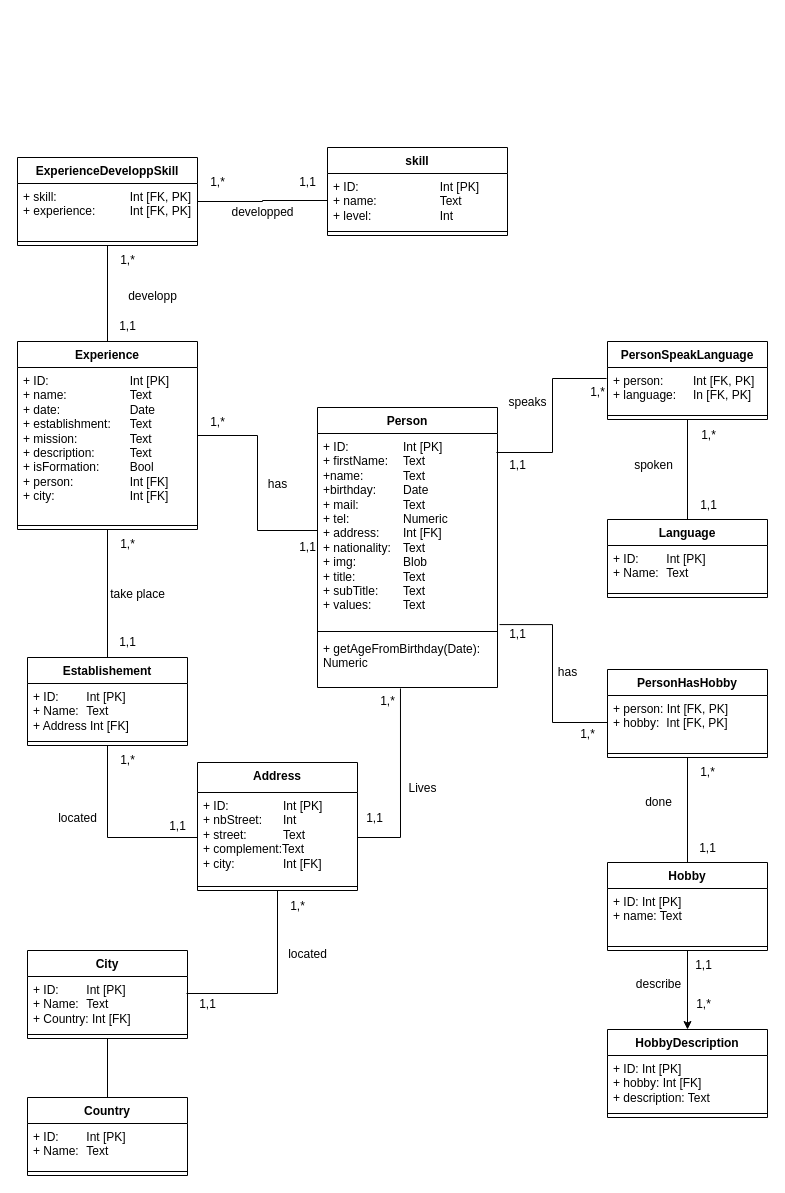
Before: CVDB.drawio in Will2KB/CVAPI, a draw.io diagram. Source tidied: cells renumbered, new cells numbered last; positions are measured from the earlier drawing's top-left corner, leaving out a move shared by most shapes. Both pictures are drawn from the tidied source at 100%, with x=0, y=0 at pixel (17, 147).
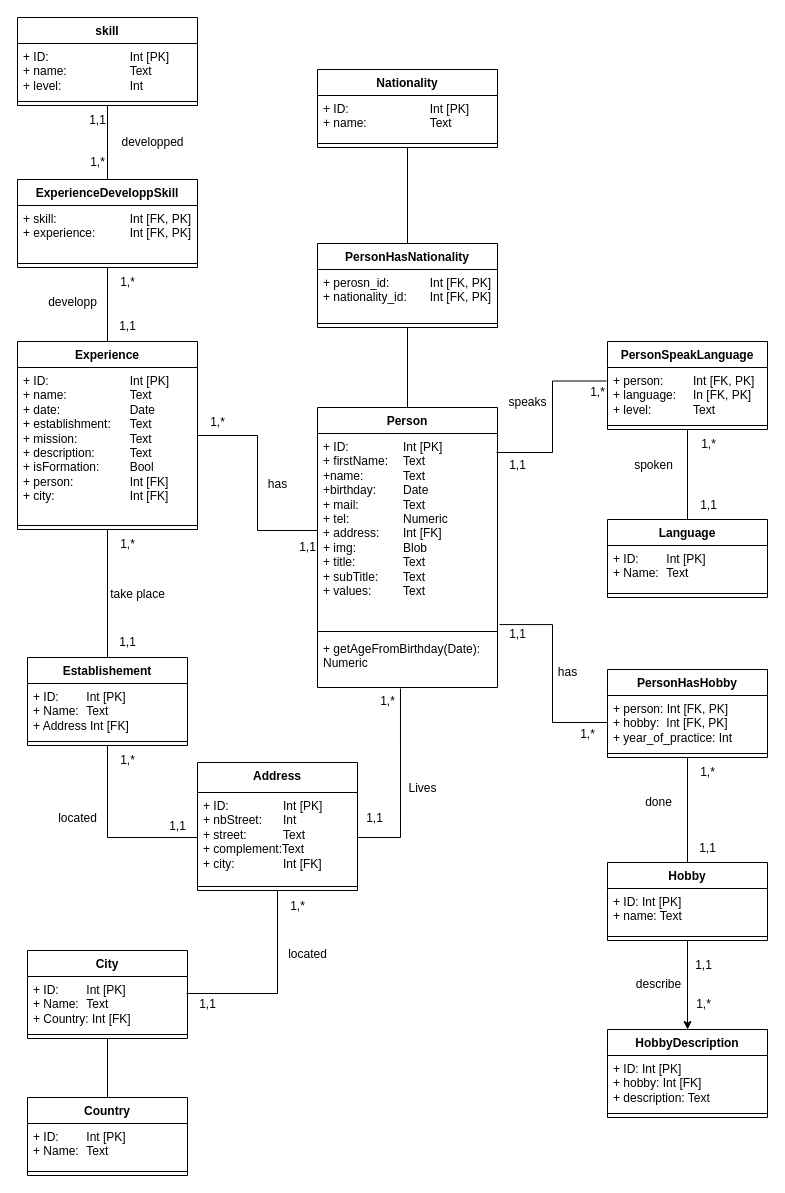
Above is the later version.

Commit message (it also covers changes not shown here):
Mettre à jour CVDB.drawio

Unchanged cells that the change refers to:
```xml
<mxCell id="13" value="Person" style="swimlane;fontStyle=1;align=center;verticalAlign=top;horizontal=1;startSize=26;whiteSpace=wrap;html=1;" parent="1" vertex="1">
  <mxGeometry x="300" y="260" width="180" height="280" as="geometry" />
</mxCell>
<mxCell id="41" value="PersonHasHobby" style="swimlane;fontStyle=1;align=center;verticalAlign=top;horizontal=1;startSize=26;whiteSpace=wrap;html=1;" parent="1" vertex="1">
  <mxGeometry x="590" y="522" width="160" height="88" as="geometry" />
</mxCell>
<mxCell id="72" value="+ ID: &lt;span style=&quot;white-space: pre;&quot;&gt;&#9;&lt;/span&gt;&lt;span style=&quot;white-space: pre;&quot;&gt;&#9;&lt;span style=&quot;white-space: pre;&quot;&gt;&#9;&lt;/span&gt;&lt;/span&gt;Int [PK]&lt;div&gt;+ name: &lt;span style=&quot;white-space: pre;&quot;&gt;&#9;&lt;/span&gt;&lt;span style=&quot;white-space: pre;&quot;&gt;&#9;&lt;span style=&quot;white-space: pre;&quot;&gt;&#9;&lt;/span&gt;&lt;/span&gt;Text&lt;/div&gt;&lt;div&gt;+ level:&lt;span style=&quot;white-space: pre;&quot;&gt;&#9;&lt;/span&gt;&lt;span style=&quot;white-space: pre;&quot;&gt;&#9;&lt;/span&gt;&lt;span style=&quot;white-space: pre;&quot;&gt;&#9;&lt;/span&gt;Int&lt;/div&gt;" style="text;strokeColor=none;fillColor=none;align=left;verticalAlign=top;spacingLeft=4;spacingRight=4;overflow=hidden;points=[[0,0.5],[1,0.5]];portConstraint=eastwest;whiteSpace=wrap;html=1;" parent="71" vertex="1">
  <mxGeometry y="26" width="180" height="54" as="geometry" />
</mxCell>
```

The edit, as a diff of the source:
```diff
@@
-    <mxCell id="14" value="+ ID: &lt;span style=&quot;white-space: pre;&quot;&gt;&#9;&lt;/span&gt;&lt;span style=&quot;white-space: pre;&quot;&gt;&#9;&lt;/span&gt;Int [PK]&lt;div&gt;+ firstName:&lt;span style=&quot;white-space: pre;&quot;&gt;&#9;&lt;/span&gt;Text&lt;/div&gt;&lt;div&gt;+name:&lt;span style=&quot;white-space: pre;&quot;&gt;&#9;&lt;span style=&quot;white-space: pre;&quot;&gt;&#9;&lt;/span&gt;&lt;/span&gt;Text&lt;/div&gt;&lt;div&gt;+birthday:&lt;span style=&quot;white-space: pre;&quot;&gt;&#9;&lt;/span&gt;Date&lt;/div&gt;&lt;div&gt;+ mail:&lt;span style=&quot;white-space: pre;&quot;&gt;&#9;&lt;/span&gt;&lt;span style=&quot;white-space: pre;&quot;&gt;&#9;&lt;/span&gt;Text&lt;/div&gt;&lt;div&gt;+ tel:&lt;span style=&quot;white-space: pre;&quot;&gt;&#9;&lt;/span&gt;&lt;span style=&quot;white-space: pre;&quot;&gt;&#9;&lt;/span&gt;Numeric&lt;/div&gt;&lt;div&gt;+ address:&lt;span style=&quot;white-space: pre;&quot;&gt;&#9;&lt;/span&gt;Int [FK]&lt;/div&gt;&lt;div&gt;+ nationality:&lt;span style=&quot;white-space: pre;&quot;&gt;&#9;&lt;/span&gt;Text&lt;/div&gt;&lt;div&gt;+ img:&lt;span style=&quot;white-space: pre;&quot;&gt;&#9;&lt;/span&gt;&lt;span style=&quot;white-space: pre;&quot;&gt;&#9;&lt;/span&gt;Blob&lt;/div&gt;&lt;div&gt;+ title:&lt;span style=&quot;white-space: pre;&quot;&gt;&#9;&lt;/span&gt;&lt;span style=&quot;white-space: pre;&quot;&gt;&#9;&lt;/span&gt;Text&lt;/div&gt;&lt;div&gt;+ subTitle:&lt;span style=&quot;white-space: pre;&quot;&gt;&#9;&lt;/span&gt;Text&lt;/div&gt;&lt;div&gt;+ values:&lt;span style=&quot;white-space: pre;&quot;&gt;&#9;&lt;/span&gt;&lt;span style=&quot;white-space: pre;&quot;&gt;&#9;&lt;/span&gt;Text&lt;/div&gt;" style="text;strokeColor=none;fillColor=none;align=left;verticalAlign=top;spacingLeft=4;spacingRight=4;overflow=hidden;points=[[0,0.5],[1,0.5]];portConstraint=eastwest;whiteSpace=wrap;html=1;" parent="13" vertex="1">
+    <mxCell id="14" value="+ ID: &lt;span style=&quot;white-space: pre;&quot;&gt;&#9;&lt;/span&gt;&lt;span style=&quot;white-space: pre;&quot;&gt;&#9;&lt;/span&gt;Int [PK]&lt;div&gt;+ firstName:&lt;span style=&quot;white-space: pre;&quot;&gt;&#9;&lt;/span&gt;Text&lt;/div&gt;&lt;div&gt;+name:&lt;span style=&quot;white-space: pre;&quot;&gt;&#9;&lt;span style=&quot;white-space: pre;&quot;&gt;&#9;&lt;/span&gt;&lt;/span&gt;Text&lt;/div&gt;&lt;div&gt;+birthday:&lt;span style=&quot;white-space: pre;&quot;&gt;&#9;&lt;/span&gt;Date&lt;/div&gt;&lt;div&gt;+ mail:&lt;span style=&quot;white-space: pre;&quot;&gt;&#9;&lt;/span&gt;&lt;span style=&quot;white-space: pre;&quot;&gt;&#9;&lt;/span&gt;Text&lt;/div&gt;&lt;div&gt;+ tel:&lt;span style=&quot;white-space: pre;&quot;&gt;&#9;&lt;/span&gt;&lt;span style=&quot;white-space: pre;&quot;&gt;&#9;&lt;/span&gt;Numeric&lt;/div&gt;&lt;div&gt;+ address:&lt;span style=&quot;white-space: pre;&quot;&gt;&#9;&lt;/span&gt;Int [FK]&lt;/div&gt;&lt;div&gt;+ img:&lt;span style=&quot;white-space: pre;&quot;&gt;&#9;&lt;/span&gt;&lt;span style=&quot;white-space: pre;&quot;&gt;&#9;&lt;/span&gt;Blob&lt;/div&gt;&lt;div&gt;+ title:&lt;span style=&quot;white-space: pre;&quot;&gt;&#9;&lt;/span&gt;&lt;span style=&quot;white-space: pre;&quot;&gt;&#9;&lt;/span&gt;Text&lt;/div&gt;&lt;div&gt;+ subTitle:&lt;span style=&quot;white-space: pre;&quot;&gt;&#9;&lt;/span&gt;Text&lt;/div&gt;&lt;div&gt;+ values:&lt;span style=&quot;white-space: pre;&quot;&gt;&#9;&lt;/span&gt;&lt;span style=&quot;white-space: pre;&quot;&gt;&#9;&lt;/span&gt;Text&lt;/div&gt;" style="text;strokeColor=none;fillColor=none;align=left;verticalAlign=top;spacingLeft=4;spacingRight=4;overflow=hidden;points=[[0,0.5],[1,0.5]];portConstraint=eastwest;whiteSpace=wrap;html=1;" parent="13" vertex="1">
       <mxGeometry y="26" width="180" height="194" as="geometry" />
     </mxCell>
@@
     <mxCell id="18" value="Hobby" style="swimlane;fontStyle=1;align=center;verticalAlign=top;horizontal=1;startSize=26;whiteSpace=wrap;html=1;" parent="1" vertex="1">
-      <mxGeometry x="590" y="715" width="160" height="88" as="geometry" />
+      <mxGeometry x="590" y="715" width="160" height="78" as="geometry" />
     </mxCell>
     <mxCell id="19" value="+ ID: Int [PK]&lt;div&gt;+ name: Text&lt;/div&gt;" style="text;strokeColor=none;fillColor=none;align=left;verticalAlign=top;spacingLeft=4;spacingRight=4;overflow=hidden;whiteSpace=wrap;html=1;" parent="18" vertex="1">
-      <mxGeometry y="26" width="160" height="54" as="geometry" />
+      <mxGeometry y="26" width="160" height="44" as="geometry" />
     </mxCell>
     <mxCell id="20" style="line;strokeWidth=1;fillColor=none;align=left;verticalAlign=middle;spacingTop=-1;spacingLeft=3;spacingRight=3;labelPosition=right;strokeColor=inherit;" parent="18" vertex="1">
-      <mxGeometry y="80" width="160" height="8" as="geometry" />
+      <mxGeometry y="70" width="160" height="8" as="geometry" />
     </mxCell>
@@
     <mxCell id="31" value="1,*" style="text;html=1;align=center;verticalAlign=middle;strokeColor=none;fillColor=none;" parent="1" vertex="1">
-      <mxGeometry x="671" y="273" width="40" height="30" as="geometry" />
+      <mxGeometry x="671" y="282" width="40" height="30" as="geometry" />
     </mxCell>
@@
-    <mxCell id="42" value="+ person:&amp;nbsp;Int [FK, PK]&lt;div&gt;+ hobby:&lt;span style=&quot;white-space: pre;&quot;&gt;&#9;&lt;/span&gt;Int [FK, PK]&lt;/div&gt;" style="text;strokeColor=none;fillColor=none;align=left;verticalAlign=top;spacingLeft=4;spacingRight=4;overflow=hidden;points=[[0,0.5],[1,0.5]];portConstraint=eastwest;whiteSpace=wrap;html=1;" parent="41" vertex="1">
+    <mxCell id="42" value="+ person:&amp;nbsp;Int [FK, PK]&lt;div&gt;+ hobby:&lt;span style=&quot;white-space: pre;&quot;&gt;&#9;&lt;/span&gt;Int [FK, PK]&lt;/div&gt;&lt;div&gt;+ year_of_practice: Int&lt;/div&gt;" style="text;strokeColor=none;fillColor=none;align=left;verticalAlign=top;spacingLeft=4;spacingRight=4;overflow=hidden;points=[[0,0.5],[1,0.5]];portConstraint=eastwest;whiteSpace=wrap;html=1;" parent="41" vertex="1">
       <mxGeometry y="26" width="160" height="54" as="geometry" />
     </mxCell>
@@
     <mxCell id="45" value="PersonSpeakLanguage" style="swimlane;fontStyle=1;align=center;verticalAlign=top;horizontal=1;startSize=26;whiteSpace=wrap;html=1;" parent="1" vertex="1">
-      <mxGeometry x="590" y="194" width="160" height="78" as="geometry" />
+      <mxGeometry x="590" y="194" width="160" height="88" as="geometry" />
     </mxCell>
-    <mxCell id="46" value="+ person: &lt;span style=&quot;white-space: pre;&quot;&gt;&#9;&lt;/span&gt;Int [FK, PK]&lt;div&gt;+ language: &lt;span style=&quot;white-space: pre;&quot;&gt;&#9;&lt;/span&gt;In [FK, PK]&lt;/div&gt;" style="text;strokeColor=none;fillColor=none;align=left;verticalAlign=top;spacingLeft=4;spacingRight=4;overflow=hidden;points=[[0,0.5],[1,0.5]];portConstraint=eastwest;whiteSpace=wrap;html=1;" parent="45" vertex="1">
-      <mxGeometry y="26" width="160" height="44" as="geometry" />
+    <mxCell id="46" value="+ person: &lt;span style=&quot;white-space: pre;&quot;&gt;&#9;&lt;/span&gt;Int [FK, PK]&lt;div&gt;+ language: &lt;span style=&quot;white-space: pre;&quot;&gt;&#9;&lt;/span&gt;In [FK, PK]&lt;/div&gt;&lt;div&gt;+ level:&lt;span style=&quot;white-space: pre;&quot;&gt;&#9;&lt;/span&gt;&lt;span style=&quot;white-space: pre;&quot;&gt;&#9;&lt;/span&gt;Text&lt;/div&gt;" style="text;strokeColor=none;fillColor=none;align=left;verticalAlign=top;spacingLeft=4;spacingRight=4;overflow=hidden;points=[[0,0.5],[1,0.5]];portConstraint=eastwest;whiteSpace=wrap;html=1;" parent="45" vertex="1">
+      <mxGeometry y="26" width="160" height="54" as="geometry" />
     </mxCell>
     <mxCell id="47" style="line;strokeWidth=1;fillColor=none;align=left;verticalAlign=middle;spacingTop=-1;spacingLeft=3;spacingRight=3;labelPosition=right;strokeColor=inherit;" parent="45" vertex="1">
-      <mxGeometry y="70" width="160" height="8" as="geometry" />
+      <mxGeometry y="80" width="160" height="8" as="geometry" />
     </mxCell>
@@
     <mxCell id="71" value="skill" style="swimlane;fontStyle=1;align=center;verticalAlign=top;horizontal=1;startSize=26;whiteSpace=wrap;html=1;" parent="1" vertex="1">
-      <mxGeometry x="310" width="180" height="88" as="geometry" />
+      <mxGeometry y="-130" width="180" height="88" as="geometry" />
     </mxCell>
@@
     <mxCell id="75" value="ExperienceDeveloppSkill" style="swimlane;fontStyle=1;align=center;verticalAlign=top;horizontal=1;startSize=26;whiteSpace=wrap;html=1;" parent="1" vertex="1">
-      <mxGeometry y="10" width="180" height="88" as="geometry" />
+      <mxGeometry y="32" width="180" height="88" as="geometry" />
     </mxCell>
@@
-    <mxCell id="78" style="edgeStyle=orthogonalEdgeStyle;rounded=0;jettySize=auto;html=1;exitX=0;exitY=0.5;exitDx=0;exitDy=0;entryX=1;entryY=0.5;entryDx=0;entryDy=0;endArrow=none;startFill=0;" parent="1" edge="1" source="72" target="75">
+    <mxCell id="78" style="edgeStyle=orthogonalEdgeStyle;rounded=0;jettySize=auto;html=1;exitX=0.5;exitY=1;exitDx=0;exitDy=0;entryX=0.5;entryY=0;entryDx=0;entryDy=0;endArrow=none;startFill=0;" parent="1" edge="1" source="71" target="75">
       <mxGeometry relative="1" as="geometry" />
     </mxCell>
     <mxCell id="79" value="1,*" style="text;html=1;align=center;verticalAlign=middle;strokeColor=none;fillColor=none;" parent="1" vertex="1">
-      <mxGeometry x="90" y="98" width="40" height="30" as="geometry" />
+      <mxGeometry x="90" y="120" width="40" height="30" as="geometry" />
     </mxCell>
     <mxCell id="80" value="1,*" style="text;html=1;align=center;verticalAlign=middle;strokeColor=none;fillColor=none;" parent="1" vertex="1">
-      <mxGeometry x="180" y="20" width="40" height="30" as="geometry" />
+      <mxGeometry x="60" width="40" height="30" as="geometry" />
     </mxCell>
     <mxCell id="81" value="1,1" style="text;html=1;align=center;verticalAlign=middle;strokeColor=none;fillColor=none;" parent="1" vertex="1">
-      <mxGeometry x="270" y="20" width="40" height="30" as="geometry" />
+      <mxGeometry x="60" y="-42" width="40" height="30" as="geometry" />
     </mxCell>
@@
     <mxCell id="83" value="developped" style="text;html=1;align=center;verticalAlign=middle;strokeColor=none;fillColor=none;" parent="1" vertex="1">
-      <mxGeometry x="200" y="50" width="90" height="30" as="geometry" />
+      <mxGeometry x="90" y="-20" width="90" height="30" as="geometry" />
     </mxCell>
     <mxCell id="84" value="developp" style="text;html=1;align=center;verticalAlign=middle;strokeColor=none;fillColor=none;" parent="1" vertex="1">
-      <mxGeometry x="100" y="134" width="70" height="30" as="geometry" />
+      <mxGeometry x="20" y="140" width="70" height="30" as="geometry" />
     </mxCell>
@@
+    <mxCell id="92" style="edgeStyle=orthogonalEdgeStyle;rounded=0;jettySize=auto;html=1;exitX=0.5;exitY=1;exitDx=0;exitDy=0;endArrow=none;startFill=0;" parent="1" edge="1" source="97" target="13">
+      <mxGeometry relative="1" as="geometry" />
+    </mxCell>
+    <mxCell id="93" value="Nationality" style="swimlane;fontStyle=1;align=center;verticalAlign=top;horizontal=1;startSize=26;whiteSpace=wrap;html=1;" parent="1" vertex="1">
+      <mxGeometry x="300" y="-78" width="180" height="78" as="geometry" />
+    </mxCell>
+    <mxCell id="94" value="+ ID: &lt;span style=&quot;white-space: pre;&quot;&gt;&#9;&lt;/span&gt;&lt;span style=&quot;white-space: pre;&quot;&gt;&#9;&lt;span style=&quot;white-space: pre;&quot;&gt;&#9;&lt;/span&gt;&lt;/span&gt;Int [PK]&lt;div&gt;+ name: &lt;span style=&quot;white-space: pre;&quot;&gt;&#9;&lt;/span&gt;&lt;span style=&quot;white-space: pre;&quot;&gt;&#9;&lt;span style=&quot;white-space: pre;&quot;&gt;&#9;&lt;/span&gt;&lt;/span&gt;Text&lt;/div&gt;" style="text;strokeColor=none;fillColor=none;align=left;verticalAlign=top;spacingLeft=4;spacingRight=4;overflow=hidden;whiteSpace=wrap;html=1;" parent="93" vertex="1">
+      <mxGeometry y="26" width="180" height="44" as="geometry" />
+    </mxCell>
+    <mxCell id="95" style="line;strokeWidth=1;fillColor=none;align=left;verticalAlign=middle;spacingTop=-1;spacingLeft=3;spacingRight=3;labelPosition=right;strokeColor=inherit;" parent="93" vertex="1">
+      <mxGeometry y="70" width="180" height="8" as="geometry" />
+    </mxCell>
+    <mxCell id="96" style="edgeStyle=orthogonalEdgeStyle;rounded=0;jettySize=auto;html=1;exitX=0.5;exitY=0;exitDx=0;exitDy=0;entryX=0.5;entryY=1;entryDx=0;entryDy=0;endArrow=none;startFill=0;" parent="1" edge="1" source="97" target="93">
+      <mxGeometry relative="1" as="geometry" />
+    </mxCell>
+    <mxCell id="97" value="PersonHasNationality" style="swimlane;fontStyle=1;align=center;verticalAlign=top;horizontal=1;startSize=26;whiteSpace=wrap;html=1;" parent="1" vertex="1">
+      <mxGeometry x="300" y="96" width="180" height="84" as="geometry" />
+    </mxCell>
+    <mxCell id="98" value="+ perosn_id: &lt;span style=&quot;white-space: pre;&quot;&gt;&#9;&lt;/span&gt;&lt;span style=&quot;white-space: pre;&quot;&gt;&lt;span style=&quot;white-space: pre;&quot;&gt;&#9;&lt;/span&gt;&lt;/span&gt;Int [FK, PK]&lt;div&gt;+ nationality_id:&amp;nbsp;&lt;span style=&quot;white-space: pre;&quot;&gt;&#9;&lt;/span&gt;Int [FK, PK]&lt;/div&gt;" style="text;strokeColor=none;fillColor=none;align=left;verticalAlign=top;spacingLeft=4;spacingRight=4;overflow=hidden;whiteSpace=wrap;html=1;" parent="97" vertex="1">
+      <mxGeometry y="26" width="180" height="50" as="geometry" />
+    </mxCell>
+    <mxCell id="99" style="line;strokeWidth=1;fillColor=none;align=left;verticalAlign=middle;spacingTop=-1;spacingLeft=3;spacingRight=3;labelPosition=right;strokeColor=inherit;" parent="97" vertex="1">
+      <mxGeometry y="76" width="180" height="8" as="geometry" />
+    </mxCell>
```
